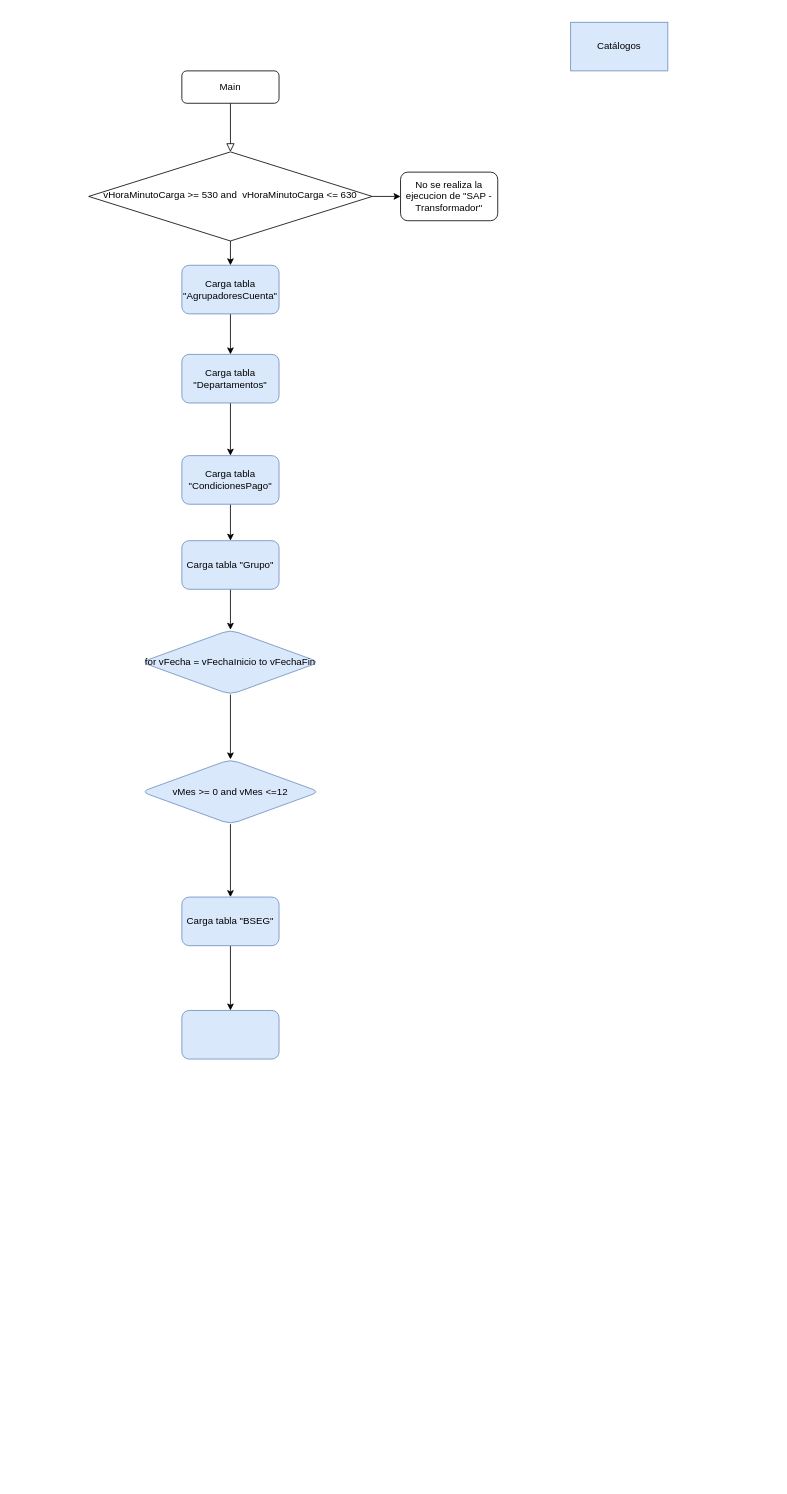
Above: Transformación SAP.drawio in David-hub-utn/Proceso-de-transformaci-n-de-SAP (draw.io), before the change. Source tidied: cells renumbered, new cells numbered last; positions are measured from the earlier drawing's top-left corner, leaving out a move shared by most shapes. Both pictures are drawn from the tidied source at 81%, with x=0, y=0 at pixel (88, 22).
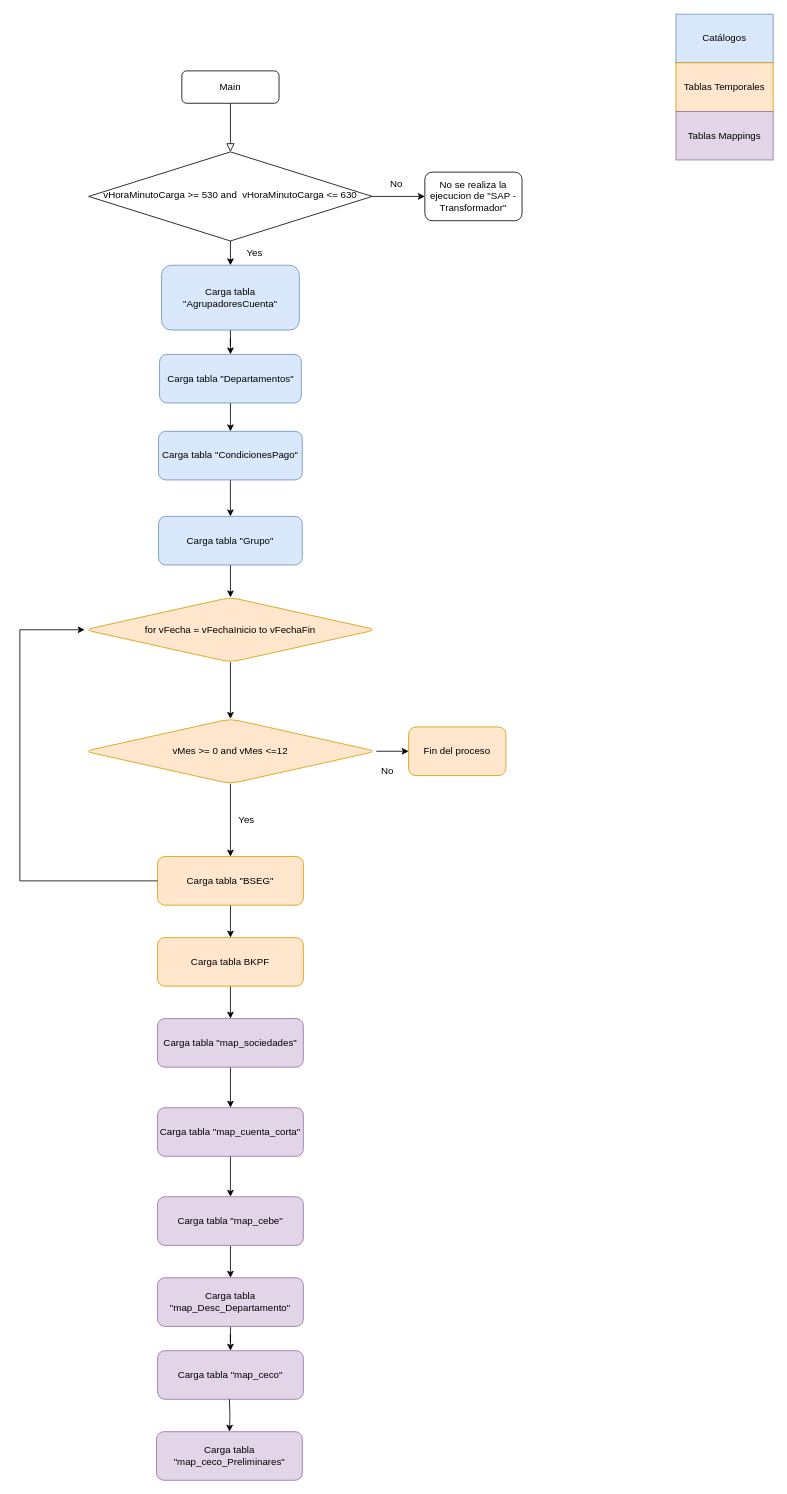
The same diagram, later.

Unchanged cells that the change refers to:
```xml
<mxCell id="4" value="vHoraMinutoCarga &amp;gt;= 530 and&amp;nbsp; vHoraMinutoCarga&amp;nbsp;&amp;lt;= 630" style="rhombus;whiteSpace=wrap;html=1;shadow=0;fontFamily=Helvetica;fontSize=12;align=center;strokeWidth=1;spacing=6;spacingTop=-4;" parent="1" vertex="1">
  <mxGeometry y="160" width="350" height="110" as="geometry" />
</mxCell>
```

Diff of the diagram source:
```diff
@@
-    <mxCell id="5" style="endArrow=classic;html=1;rounded=0;exitX=1;exitY=0.5;exitDx=0;exitDy=0;" parent="1" edge="1" source="4">
-      <mxGeometry relative="1" as="geometry">
-        <mxPoint x="385" y="215" as="targetPoint" />
-      </mxGeometry>
+    <mxCell id="5" style="endArrow=classic;html=1;rounded=0;exitX=1;exitY=0.5;exitDx=0;exitDy=0;entryX=0;entryY=0.5;entryDx=0;entryDy=0;" parent="1" edge="1" source="4" target="6">
+      <mxGeometry relative="1" as="geometry" />
     </mxCell>
     <mxCell id="6" value="No se realiza la ejecucion de &quot;SAP - Transformador&quot;" style="rounded=1;whiteSpace=wrap;html=1;" parent="1" vertex="1">
-      <mxGeometry x="385" y="185" width="120" height="60" as="geometry" />
+      <mxGeometry x="415" y="185" width="120" height="60" as="geometry" />
     </mxCell>
@@
     <mxCell id="8" value="Carga tabla &quot;AgrupadoresCuenta&quot;" style="rounded=1;whiteSpace=wrap;html=1;fillColor=#dae8fc;strokeColor=#6c8ebf;" parent="1" vertex="1">
-      <mxGeometry x="115" y="300" width="120" height="60" as="geometry" />
+      <mxGeometry x="90" y="300" width="170" height="80" as="geometry" />
     </mxCell>
@@
     <mxCell id="11" value="Carga tabla &quot;Departamentos&quot;" style="rounded=1;whiteSpace=wrap;html=1;fillColor=#dae8fc;strokeColor=#6c8ebf;" parent="1" vertex="1">
-      <mxGeometry x="115" y="410" width="120" height="60" as="geometry" />
+      <mxGeometry x="87.5" y="410" width="175" height="60" as="geometry" />
     </mxCell>
@@
     <mxCell id="13" value="Carga tabla &quot;CondicionesPago&quot;" style="whiteSpace=wrap;html=1;rounded=1;fillColor=#dae8fc;strokeColor=#6c8ebf;" parent="1" vertex="1">
-      <mxGeometry x="115" y="535" width="120" height="60" as="geometry" />
+      <mxGeometry x="86.2" y="505" width="177.5" height="60" as="geometry" />
     </mxCell>
@@
     <mxCell id="15" value="Carga tabla &quot;Grupo&quot;" style="whiteSpace=wrap;html=1;rounded=1;fillColor=#dae8fc;strokeColor=#6c8ebf;" parent="1" vertex="1">
-      <mxGeometry x="115" y="640" width="120" height="60" as="geometry" />
+      <mxGeometry x="86.2" y="610" width="177.5" height="60" as="geometry" />
     </mxCell>
     <mxCell id="16" value="Catálogos" style="rounded=0;whiteSpace=wrap;html=1;fillColor=#dae8fc;strokeColor=#6c8ebf;" parent="1" vertex="1">
-      <mxGeometry x="595" width="120" height="60" as="geometry" />
+      <mxGeometry x="725" y="-10" width="120" height="60" as="geometry" />
     </mxCell>
@@
-    <mxCell id="18" value="for vFecha = vFechaInicio to vFechaFin" style="rhombus;whiteSpace=wrap;html=1;fillColor=#dae8fc;strokeColor=#6c8ebf;rounded=1;" parent="1" vertex="1">
-      <mxGeometry x="65" y="750" width="220" height="80" as="geometry" />
+    <mxCell id="18" value="for vFecha = vFechaInicio to vFechaFin" style="rhombus;whiteSpace=wrap;html=1;fillColor=#ffe6cc;strokeColor=#d79b00;rounded=1;" parent="1" vertex="1">
+      <mxGeometry x="-5" y="710" width="360" height="80" as="geometry" />
     </mxCell>
@@
+    <mxCell id="24" style="edgeStyle=orthogonalEdgeStyle;rounded=0;jettySize=auto;html=1;" parent="1" edge="1" source="20" target="27">
+      <mxGeometry relative="1" as="geometry" />
+    </mxCell>
-    <mxCell id="20" value="vMes &amp;gt;= 0 and vMes &amp;lt;=12" style="rhombus;whiteSpace=wrap;html=1;fillColor=#dae8fc;strokeColor=#6c8ebf;rounded=1;" parent="1" vertex="1">
-      <mxGeometry x="65" y="910" width="220" height="80" as="geometry" />
+    <mxCell id="20" value="vMes &amp;gt;= 0 and vMes &amp;lt;=12" style="rhombus;whiteSpace=wrap;html=1;fillColor=#ffe6cc;strokeColor=#d79b00;rounded=1;" parent="1" vertex="1">
+      <mxGeometry x="-5" y="860" width="360" height="80" as="geometry" />
     </mxCell>
-    <mxCell id="21" style="edgeStyle=orthogonalEdgeStyle;rounded=0;jettySize=auto;html=1;" parent="1" edge="1" source="22" target="23">
-      <mxGeometry relative="1" as="geometry" />
-    </mxCell>
+    <mxCell id="25" style="edgeStyle=orthogonalEdgeStyle;rounded=0;jettySize=auto;html=1;" parent="1" edge="1" source="22" target="34">
+      <mxGeometry relative="1" as="geometry" />
+    </mxCell>
-    <mxCell id="22" value="Carga tabla &quot;BSEG&quot;" style="whiteSpace=wrap;html=1;fillColor=#dae8fc;strokeColor=#6c8ebf;rounded=1;" parent="1" vertex="1">
-      <mxGeometry x="115" y="1080" width="120" height="60" as="geometry" />
+    <mxCell id="22" value="Carga tabla &quot;BSEG&quot;" style="whiteSpace=wrap;html=1;fillColor=#ffe6cc;strokeColor=#d79b00;rounded=1;" parent="1" vertex="1">
+      <mxGeometry x="85" y="1030" width="180" height="60" as="geometry" />
     </mxCell>
-    <mxCell id="23" style="whiteSpace=wrap;html=1;fillColor=#dae8fc;strokeColor=#6c8ebf;rounded=1;" parent="1" vertex="1">
-      <mxGeometry x="115" y="1220" width="120" height="60" as="geometry" />
-    </mxCell>
+    <mxCell id="26" value="Tablas Temporales" style="rounded=0;whiteSpace=wrap;html=1;fillColor=#ffe6cc;strokeColor=#d79b00;" parent="1" vertex="1">
+      <mxGeometry x="725" y="50" width="120" height="60" as="geometry" />
+    </mxCell>
+    <mxCell id="27" value="Fin del proceso" style="whiteSpace=wrap;html=1;fillColor=#ffe6cc;strokeColor=#d79b00;rounded=1;" parent="1" vertex="1">
+      <mxGeometry x="395" y="870" width="120" height="60" as="geometry" />
+    </mxCell>
+    <mxCell id="28" value="No" style="text;html=1;strokeColor=none;fillColor=none;align=center;verticalAlign=middle;whiteSpace=wrap;rounded=0;" parent="1" vertex="1">
+      <mxGeometry x="339" y="910" width="60" height="30" as="geometry" />
+    </mxCell>
+    <mxCell id="29" value="Yes" style="text;html=1;strokeColor=none;fillColor=none;align=center;verticalAlign=middle;whiteSpace=wrap;rounded=0;" parent="1" vertex="1">
+      <mxGeometry x="165" y="970" width="60" height="30" as="geometry" />
+    </mxCell>
+    <mxCell id="30" value="No" style="text;html=1;strokeColor=none;fillColor=none;align=center;verticalAlign=middle;whiteSpace=wrap;rounded=0;" parent="1" vertex="1">
+      <mxGeometry x="350" y="185" width="60" height="30" as="geometry" />
+    </mxCell>
+    <mxCell id="31" value="Yes" style="text;html=1;strokeColor=none;fillColor=none;align=center;verticalAlign=middle;whiteSpace=wrap;rounded=0;" parent="1" vertex="1">
+      <mxGeometry x="175" y="270" width="60" height="30" as="geometry" />
+    </mxCell>
+    <mxCell id="32" style="edgeStyle=elbowEdgeStyle;elbow=horizontal;endArrow=classic;html=1;rounded=0;exitX=0;exitY=0.5;exitDx=0;exitDy=0;" parent="1" edge="1" source="22" target="18">
+      <mxGeometry relative="1" as="geometry">
+        <Array as="points">
+          <mxPoint x="-85" y="910" />
+          <mxPoint x="25" y="1030" />
+        </Array>
+      </mxGeometry>
+    </mxCell>
+    <mxCell id="33" style="edgeStyle=orthogonalEdgeStyle;rounded=0;jettySize=auto;html=1;" parent="1" edge="1" source="34" target="36">
+      <mxGeometry relative="1" as="geometry" />
+    </mxCell>
+    <mxCell id="34" value="Carga tabla BKPF" style="whiteSpace=wrap;html=1;fillColor=#ffe6cc;strokeColor=#d79b00;rounded=1;" parent="1" vertex="1">
+      <mxGeometry x="85" y="1130" width="180" height="60" as="geometry" />
+    </mxCell>
+    <mxCell id="35" style="edgeStyle=orthogonalEdgeStyle;rounded=0;jettySize=auto;html=1;" parent="1" edge="1" source="36" target="39">
+      <mxGeometry relative="1" as="geometry" />
+    </mxCell>
+    <mxCell id="36" value="Carga tabla &quot;map_sociedades&quot;" style="whiteSpace=wrap;html=1;fillColor=#e1d5e7;strokeColor=#9673a6;rounded=1;" parent="1" vertex="1">
+      <mxGeometry x="85" y="1230" width="180" height="60" as="geometry" />
+    </mxCell>
+    <mxCell id="37" value="Tablas Mappings" style="rounded=0;whiteSpace=wrap;html=1;fillColor=#e1d5e7;strokeColor=#9673a6;" parent="1" vertex="1">
+      <mxGeometry x="725" y="110" width="120" height="60" as="geometry" />
+    </mxCell>
+    <mxCell id="38" style="edgeStyle=orthogonalEdgeStyle;rounded=0;jettySize=auto;html=1;" parent="1" edge="1" source="39" target="41">
+      <mxGeometry relative="1" as="geometry" />
+    </mxCell>
+    <mxCell id="39" value="Carga tabla &quot;map_cuenta_corta&quot;" style="whiteSpace=wrap;html=1;fillColor=#e1d5e7;strokeColor=#9673a6;rounded=1;" parent="1" vertex="1">
+      <mxGeometry x="85" y="1340" width="180" height="60" as="geometry" />
+    </mxCell>
+    <mxCell id="40" style="edgeStyle=orthogonalEdgeStyle;rounded=0;jettySize=auto;html=1;entryX=0.5;entryY=0;entryDx=0;entryDy=0;" parent="1" edge="1" source="41" target="43">
+      <mxGeometry relative="1" as="geometry" />
+    </mxCell>
+    <mxCell id="41" value="Carga tabla &quot;map_cebe&quot;" style="whiteSpace=wrap;html=1;fillColor=#e1d5e7;strokeColor=#9673a6;rounded=1;" parent="1" vertex="1">
+      <mxGeometry x="85" y="1450" width="180" height="60" as="geometry" />
+    </mxCell>
+    <mxCell id="42" style="edgeStyle=orthogonalEdgeStyle;rounded=0;jettySize=auto;html=1;" parent="1" edge="1" source="43" target="44">
+      <mxGeometry relative="1" as="geometry" />
+    </mxCell>
+    <mxCell id="43" value="Carga tabla &quot;map_Desc_Departamento&quot;" style="whiteSpace=wrap;html=1;fillColor=#e1d5e7;strokeColor=#9673a6;rounded=1;" parent="1" vertex="1">
+      <mxGeometry x="85" y="1550" width="180" height="60" as="geometry" />
+    </mxCell>
+    <mxCell id="44" value="Carga tabla &quot;map_ceco&quot;" style="whiteSpace=wrap;html=1;fillColor=#e1d5e7;strokeColor=#9673a6;rounded=1;" parent="1" vertex="1">
+      <mxGeometry x="85" y="1640" width="180" height="60" as="geometry" />
+    </mxCell>
+    <mxCell id="45" style="edgeStyle=orthogonalEdgeStyle;rounded=0;jettySize=auto;html=1;" parent="1" edge="1" target="46">
+      <mxGeometry relative="1" as="geometry">
+        <mxPoint x="173.8" y="1700" as="sourcePoint" />
+      </mxGeometry>
+    </mxCell>
+    <mxCell id="46" value="Carga tabla &quot;map_ceco_Preliminares&quot;" style="whiteSpace=wrap;html=1;fillColor=#e1d5e7;strokeColor=#9673a6;rounded=1;" parent="1" vertex="1">
+      <mxGeometry x="83.8" y="1740" width="180" height="60" as="geometry" />
+    </mxCell>
```
